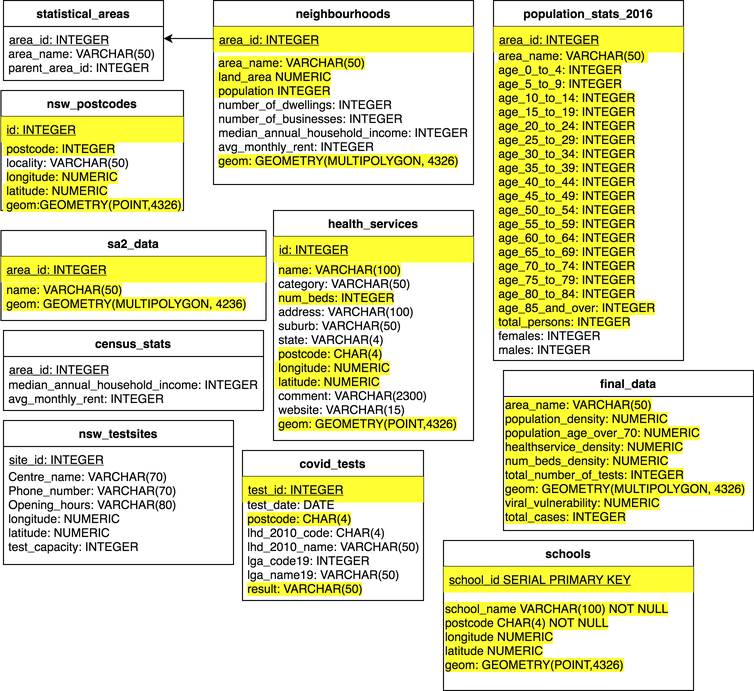
Above: schema/schema.png in KhangNguyen22/data2001-data-science (draw.io), before the change. Source tidied: cells renumbered, new cells last; positions are measured from the earlier drawing's top-left corner, leaving out a move shared by most shapes.
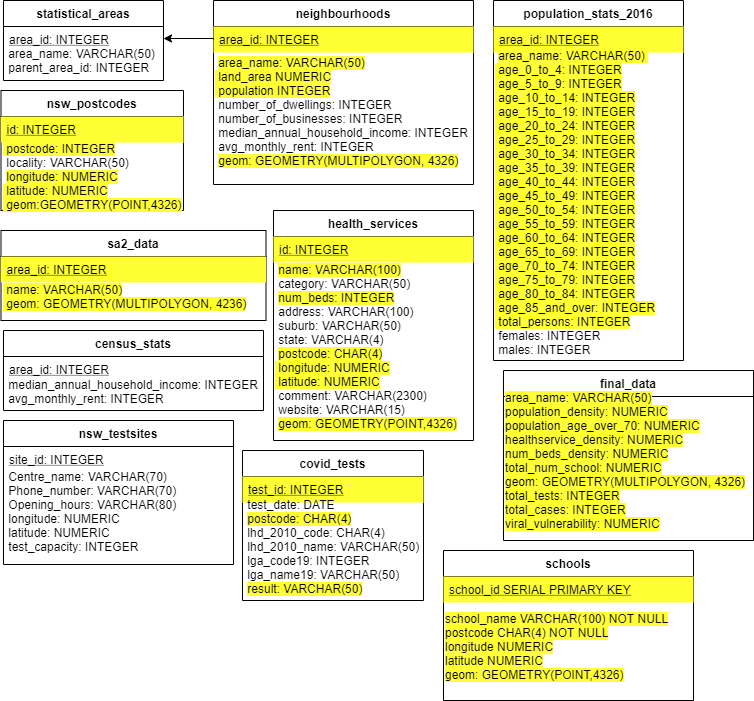
After the change.

The edit, as a diff of the source:
```diff
@@ -91,13 +91,13 @@
       <mxGeometry y="52" width="181" height="88" as="geometry" />
     </mxCell>
     <mxCell id="30" value="final_data" style="swimlane;fontStyle=1;align=center;verticalAlign=top;horizontal=1;startSize=26;rounded=0;shadow=0;strokeWidth=1;" parent="1" vertex="1">
-      <mxGeometry x="502" y="370" width="250" height="160" as="geometry" />
+      <mxGeometry x="502" y="370" width="250" height="170" as="geometry" />
     </mxCell>
-    <mxCell id="31" value="&lt;span style=&quot;background-color: rgb(255 , 255 , 51)&quot;&gt;area_name: VARCHAR(50)&lt;br&gt;population_density: NUMERIC&lt;br&gt;population_age_over_70: NUMERIC&lt;br&gt;healthservice_density: NUMERIC&lt;br&gt;num_beds_density: NUMERIC&lt;br&gt;total_number_of_tests: INTEGER&lt;br&gt;geom: GEOMETRY(MULTIPOLYGON, 4326)&lt;br&gt;viral_vulnerability: NUMERIC&lt;br&gt;total_cases: INTEGER&lt;/span&gt;" style="text;html=1;strokeColor=none;fillColor=none;align=left;verticalAlign=middle;whiteSpace=wrap;rounded=0;fontColor=#000000;" parent="30" vertex="1">
+    <mxCell id="31" value="&lt;span style=&quot;background-color: rgb(255 , 255 , 51)&quot;&gt;area_name: VARCHAR(50)&lt;br&gt;population_density: NUMERIC&lt;br&gt;population_age_over_70: NUMERIC&lt;br&gt;healthservice_density: NUMERIC&lt;br&gt;num_beds_density: NUMERIC&lt;br&gt;&lt;/span&gt;&lt;span style=&quot;background-color: rgb(255 , 255 , 51)&quot;&gt;total_num_school: NUMERIC&lt;/span&gt;&lt;span style=&quot;background-color: rgb(255 , 255 , 51)&quot;&gt;&lt;br&gt;geom: GEOMETRY(MULTIPOLYGON, 4326)&lt;br&gt;&lt;/span&gt;&lt;span style=&quot;background-color: rgb(255 , 255 , 51)&quot;&gt;total_tests: INTEGER&lt;/span&gt;&lt;span style=&quot;background-color: rgb(255 , 255 , 51)&quot;&gt;&lt;br&gt;total_cases: INTEGER&lt;br&gt;&lt;/span&gt;&lt;span style=&quot;background-color: rgb(255 , 255 , 51)&quot;&gt;viral_vulnerability: NUMERIC&lt;/span&gt;&lt;span style=&quot;background-color: rgb(255 , 255 , 51)&quot;&gt;&lt;br&gt;&lt;/span&gt;" style="text;html=1;strokeColor=none;fillColor=none;align=left;verticalAlign=middle;whiteSpace=wrap;rounded=0;fontColor=#000000;" parent="30" vertex="1">
       <mxGeometry y="26" width="250" height="128" as="geometry" />
     </mxCell>
     <mxCell id="32" value="schools" style="swimlane;fontStyle=1;align=center;verticalAlign=top;horizontal=1;startSize=26;rounded=0;shadow=0;strokeWidth=1;" parent="1" vertex="1">
-      <mxGeometry x="442" y="540" width="250" height="150" as="geometry" />
+      <mxGeometry x="442" y="550" width="250" height="150" as="geometry" />
     </mxCell>
     <mxCell id="33" value="school_id SERIAL PRIMARY KEY" style="text;align=left;verticalAlign=top;spacingLeft=4;spacingRight=4;overflow=hidden;fillColor=#FFFF33;fontStyle=4;" parent="32" vertex="1">
       <mxGeometry y="26" width="250" height="26" as="geometry" />
```
